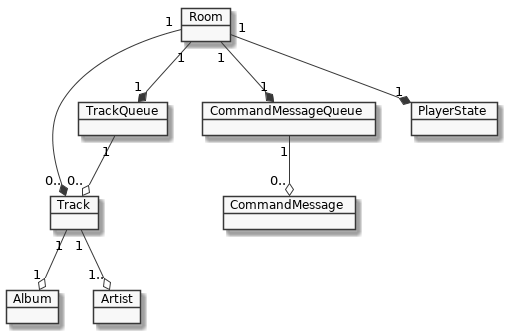
Before: docs/uml/domain_model.png, a diagram exported from PlantUML (vltmn/qdio).
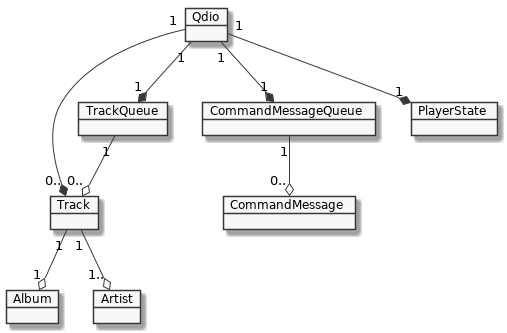
Above is the later version.

Commit message:
update domain model

Change to the diagram source:
```diff
@@ -1,6 +1,6 @@
 @startuml
 skinparam monochrome true
-object Room
+object Qdio
 object Track
 object Album
 object Artist
@@ -9,12 +9,12 @@
 object TrackQueue
 object PlayerState
 
-Room "1"--*"1" TrackQueue
-Room "1"--* "0.." Track
-Room "1" --* "1" CommandMessageQueue
+Qdio "1"--*"1" TrackQueue
+Qdio "1"--* "0.." Track
+Qdio "1" --* "1" CommandMessageQueue
 CommandMessageQueue "1" --o "0.." CommandMessage
 TrackQueue "1"--o "0.." Track
-Room "1" --* "1" PlayerState
+Qdio "1" --* "1" PlayerState
 Track "1" --o "1.." Artist
 Track "1" --o "1" Album
 @enduml
```
